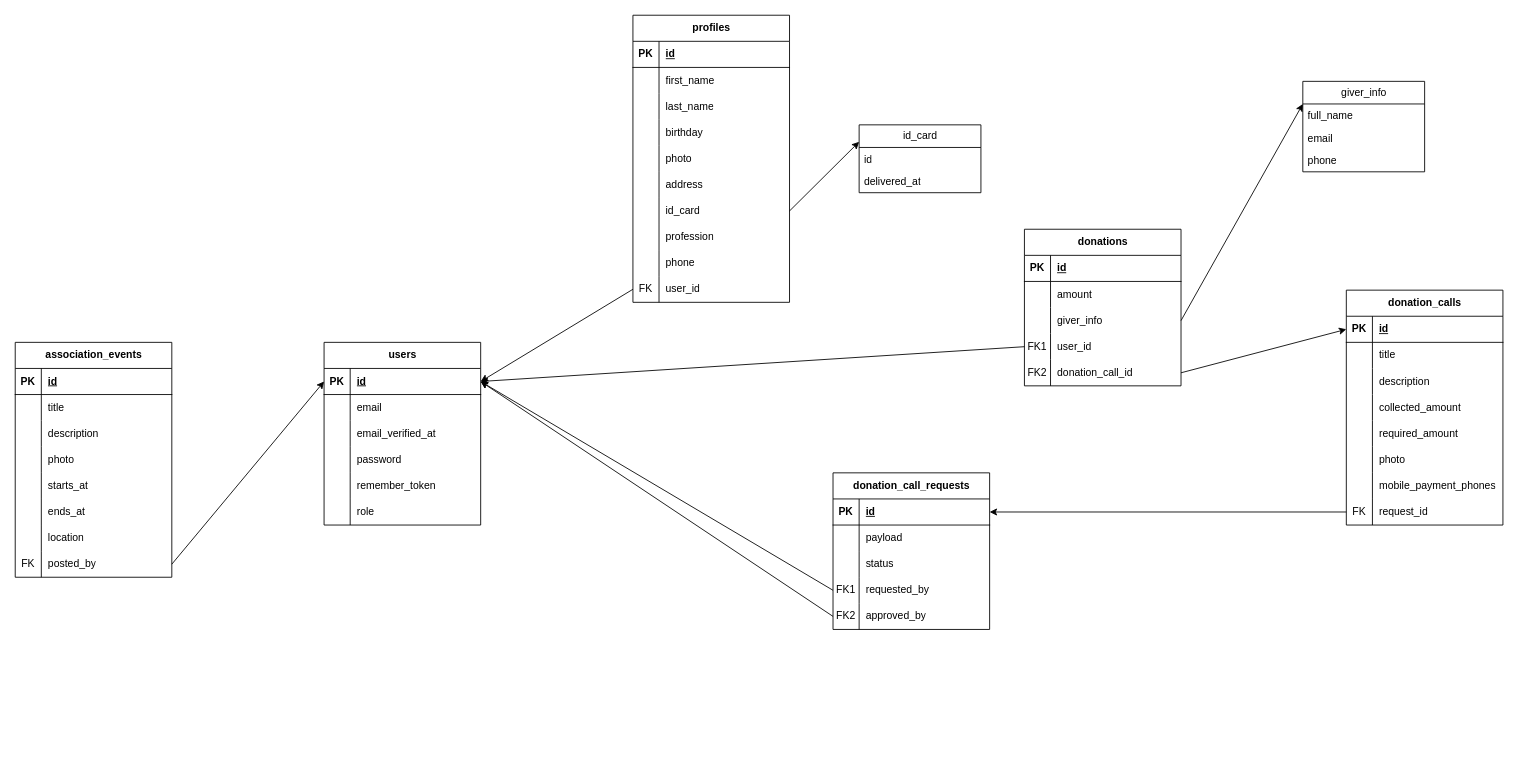
AmazingTool777/gestion-association-laravel-mysql keeps this draw.io diagram as diagrams.drawio. Above is the earlier version. Source tidied: cells renumbered, new cells numbered last; positions are measured from the earlier drawing's top-left corner, leaving out a move shared by most shapes. Both pictures are drawn from the tidied source at 87%, with x=0, y=0 at pixel (15, 15).
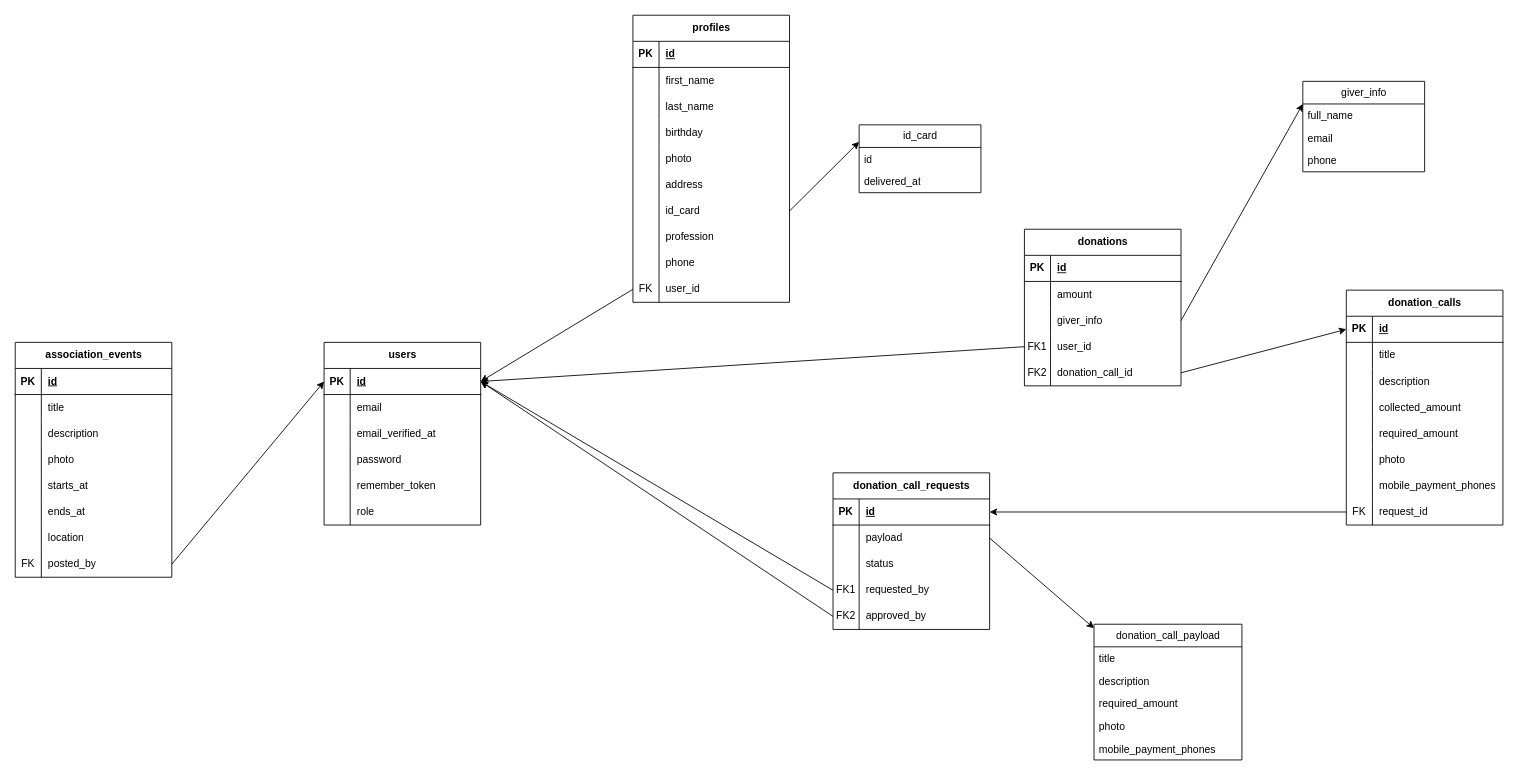
The same page after the edit.

Unchanged cells that the change refers to:
```xml
<mxCell id="82" style="shape=tableRow;horizontal=0;startSize=0;swimlaneHead=0;swimlaneBody=0;fillColor=none;points=[[0,0.5],[1,0.5]];portConstraint=eastwest;top=0;left=0;right=0;bottom=0;" parent="78" vertex="1">
  <mxGeometry y="60" width="180" height="30" as="geometry" />
</mxCell>
```

What changed in the source:
```diff
@@
+    <mxCell id="150" value="donation_call_payload" style="swimlane;fontStyle=0;horizontal=1;startSize=26;fillColor=none;html=1;" parent="1" vertex="1">
+      <mxGeometry x="1240" y="700" width="170" height="156" as="geometry" />
+    </mxCell>
+    <mxCell id="151" value="title" style="text;strokeColor=none;fillColor=none;align=left;verticalAlign=top;spacingLeft=4;spacingRight=4;overflow=hidden;whiteSpace=wrap;html=1;" parent="150" vertex="1">
+      <mxGeometry y="26" width="170" height="26" as="geometry" />
+    </mxCell>
+    <mxCell id="152" value="description" style="text;strokeColor=none;fillColor=none;align=left;verticalAlign=top;spacingLeft=4;spacingRight=4;overflow=hidden;whiteSpace=wrap;html=1;" parent="150" vertex="1">
+      <mxGeometry y="52" width="170" height="26" as="geometry" />
+    </mxCell>
+    <mxCell id="153" value="required_amount" style="text;strokeColor=none;fillColor=none;align=left;verticalAlign=top;spacingLeft=4;spacingRight=4;overflow=hidden;whiteSpace=wrap;html=1;" parent="150" vertex="1">
+      <mxGeometry y="78" width="170" height="26" as="geometry" />
+    </mxCell>
+    <mxCell id="154" value="photo" style="text;strokeColor=none;fillColor=none;align=left;verticalAlign=top;spacingLeft=4;spacingRight=4;overflow=hidden;whiteSpace=wrap;html=1;" parent="150" vertex="1">
+      <mxGeometry y="104" width="170" height="26" as="geometry" />
+    </mxCell>
+    <mxCell id="155" value="mobile_payment_phones" style="text;strokeColor=none;fillColor=none;align=left;verticalAlign=top;spacingLeft=4;spacingRight=4;overflow=hidden;whiteSpace=wrap;html=1;" parent="150" vertex="1">
+      <mxGeometry y="130" width="170" height="26" as="geometry" />
+    </mxCell>
+    <mxCell id="156" style="edgeStyle=none;html=1;exitX=1;exitY=0.5;exitDx=0;exitDy=0;" parent="1" edge="1" source="82" target="150">
+      <mxGeometry relative="1" as="geometry" />
+    </mxCell>
```
